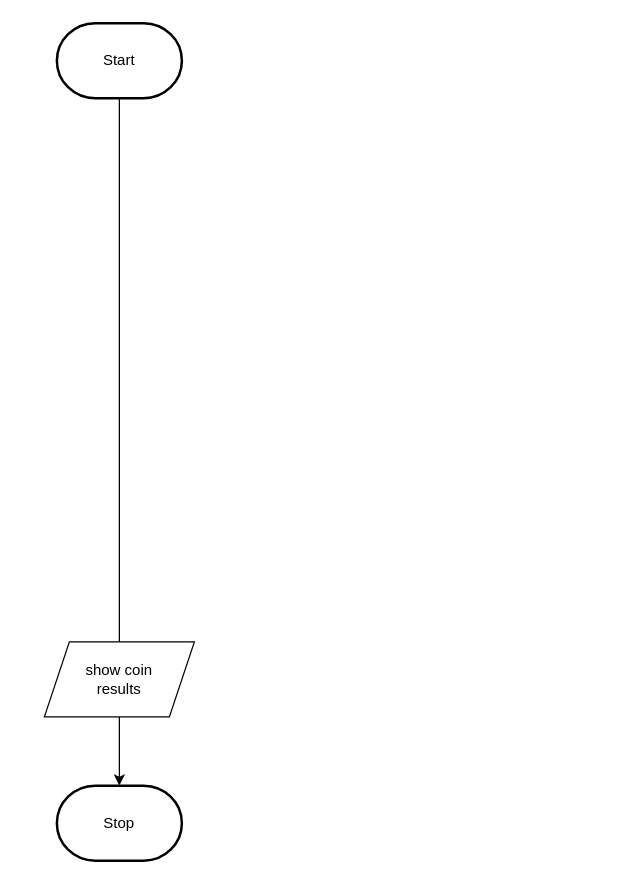
Before: design/flowchart.drawio in Fares-Abdelkader/ICS2O-Final-Project-Group15, a draw.io diagram. Source tidied: cells renumbered, new cells numbered last; positions are measured from the earlier drawing's top-left corner, leaving out a move shared by most shapes. Both pictures are drawn from the tidied source at 125%, with x=0, y=0 at pixel (44, 22).
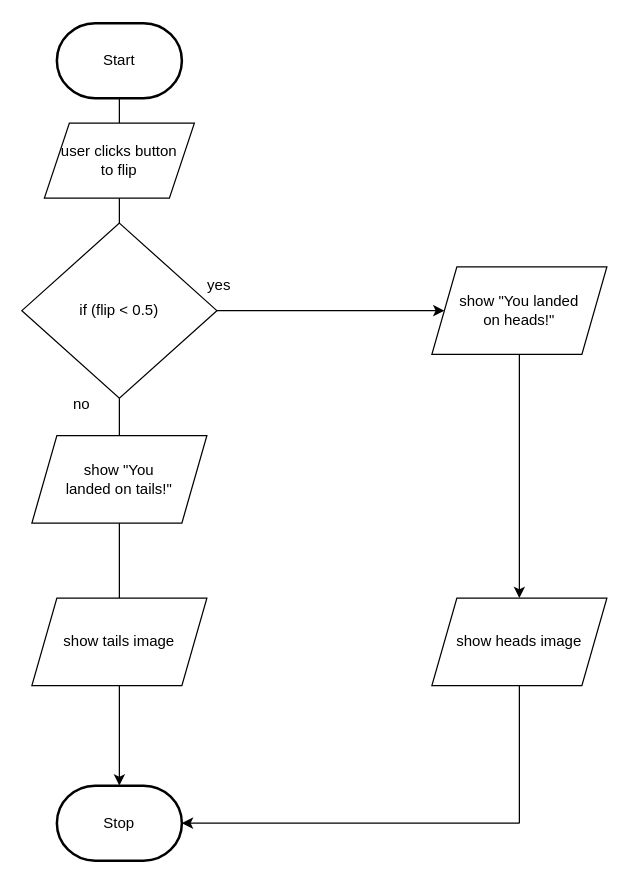
The same page after the edit.

Unchanged cells that the change refers to:
```xml
<mxCell id="4" value="Start" style="strokeWidth=2;html=1;shape=mxgraph.flowchart.terminator;whiteSpace=wrap;" parent="1" vertex="1">
  <mxGeometry x="10" width="100" height="60" as="geometry" />
</mxCell>
<mxCell id="5" value="Stop" style="strokeWidth=2;html=1;shape=mxgraph.flowchart.terminator;whiteSpace=wrap;" parent="1" vertex="1">
  <mxGeometry x="10" y="610" width="100" height="60" as="geometry" />
</mxCell>
```

The edit, as a diff of the source:
```diff
@@
-    <mxCell id="2" style="edgeStyle=orthogonalEdgeStyle;html=1;rounded=0;startArrow=none;" parent="1" edge="1" source="6" target="5">
-      <mxGeometry relative="1" as="geometry" />
-    </mxCell>
-    <mxCell id="3" style="edgeStyle=orthogonalEdgeStyle;html=1;endArrow=none;endFill=0;rounded=0;" parent="1" edge="1" source="4" target="6">
+    <mxCell id="3" style="edgeStyle=orthogonalEdgeStyle;html=1;endArrow=classic;endFill=1;rounded=0;startArrow=none;" parent="1" edge="1" source="18" target="5">
       <mxGeometry relative="1" as="geometry" />
     </mxCell>
@@
+    <mxCell id="7" style="edgeStyle=none;html=1;endArrow=none;endFill=0;startArrow=classic;startFill=1;" parent="1" edge="1" source="5">
+      <mxGeometry relative="1" as="geometry">
+        <mxPoint x="380" y="640" as="targetPoint" />
+      </mxGeometry>
+    </mxCell>
@@
-    <mxCell id="6" value="show coin&lt;br&gt;results" style="shape=parallelogram;perimeter=parallelogramPerimeter;whiteSpace=wrap;html=1;fixedSize=1;" parent="1" vertex="1">
-      <mxGeometry y="495" width="120" height="60" as="geometry" />
-    </mxCell>
+    <mxCell id="8" style="edgeStyle=orthogonalEdgeStyle;html=1;endArrow=none;endFill=1;rounded=0;" parent="1" edge="1" source="4" target="9">
+      <mxGeometry relative="1" as="geometry" />
+    </mxCell>
+    <mxCell id="9" value="user clicks button&lt;br&gt;to flip" style="shape=parallelogram;perimeter=parallelogramPerimeter;whiteSpace=wrap;html=1;fixedSize=1;" parent="1" vertex="1">
+      <mxGeometry y="80" width="120" height="60" as="geometry" />
+    </mxCell>
+    <mxCell id="10" style="edgeStyle=orthogonalEdgeStyle;html=1;endArrow=none;endFill=1;rounded=0;startArrow=none;" parent="1" edge="1" source="9" target="12">
+      <mxGeometry relative="1" as="geometry" />
+    </mxCell>
+    <mxCell id="11" style="edgeStyle=none;html=1;entryX=0;entryY=0.5;entryDx=0;entryDy=0;endArrow=classic;endFill=1;" parent="1" edge="1" source="12" target="20">
+      <mxGeometry relative="1" as="geometry" />
+    </mxCell>
+    <mxCell id="12" value="if (flip &amp;lt; 0.5)" style="rhombus;whiteSpace=wrap;html=1;" parent="1" vertex="1">
+      <mxGeometry x="-18" y="160" width="156" height="140" as="geometry" />
+    </mxCell>
+    <mxCell id="13" value="no" style="text;html=1;strokeColor=none;fillColor=none;align=center;verticalAlign=middle;whiteSpace=wrap;rounded=0;" parent="1" vertex="1">
+      <mxGeometry y="290" width="60" height="30" as="geometry" />
+    </mxCell>
+    <mxCell id="14" value="yes" style="text;html=1;strokeColor=none;fillColor=none;align=center;verticalAlign=middle;whiteSpace=wrap;rounded=0;" parent="1" vertex="1">
+      <mxGeometry x="110" y="195" width="60" height="30" as="geometry" />
+    </mxCell>
+    <mxCell id="15" style="edgeStyle=orthogonalEdgeStyle;html=1;endArrow=none;endFill=1;rounded=0;startArrow=none;" parent="1" edge="1" source="12" target="16">
+      <mxGeometry relative="1" as="geometry" />
+    </mxCell>
+    <mxCell id="16" value="show &quot;You&lt;br&gt;landed on tails!&quot;" style="shape=parallelogram;perimeter=parallelogramPerimeter;whiteSpace=wrap;html=1;fixedSize=1;" parent="1" vertex="1">
+      <mxGeometry x="-10" y="330" width="140" height="70" as="geometry" />
+    </mxCell>
+    <mxCell id="17" style="edgeStyle=orthogonalEdgeStyle;html=1;endArrow=none;endFill=1;rounded=0;startArrow=none;" parent="1" edge="1" source="16" target="18">
+      <mxGeometry relative="1" as="geometry" />
+    </mxCell>
+    <mxCell id="18" value="show tails image" style="shape=parallelogram;perimeter=parallelogramPerimeter;whiteSpace=wrap;html=1;fixedSize=1;" parent="1" vertex="1">
+      <mxGeometry x="-10" y="460" width="140" height="70" as="geometry" />
+    </mxCell>
+    <mxCell id="19" style="edgeStyle=none;html=1;endArrow=classic;endFill=1;" parent="1" edge="1" source="20" target="22">
+      <mxGeometry relative="1" as="geometry" />
+    </mxCell>
+    <mxCell id="20" value="show &quot;You landed&lt;br&gt;on heads!&quot;" style="shape=parallelogram;perimeter=parallelogramPerimeter;whiteSpace=wrap;html=1;fixedSize=1;" parent="1" vertex="1">
+      <mxGeometry x="310" y="195" width="140" height="70" as="geometry" />
+    </mxCell>
+    <mxCell id="21" style="edgeStyle=none;html=1;endArrow=none;endFill=0;" parent="1" edge="1" source="22">
+      <mxGeometry relative="1" as="geometry">
+        <mxPoint x="380" y="640" as="targetPoint" />
+      </mxGeometry>
+    </mxCell>
+    <mxCell id="22" value="show heads image" style="shape=parallelogram;perimeter=parallelogramPerimeter;whiteSpace=wrap;html=1;fixedSize=1;" parent="1" vertex="1">
+      <mxGeometry x="310" y="460" width="140" height="70" as="geometry" />
+    </mxCell>
```
